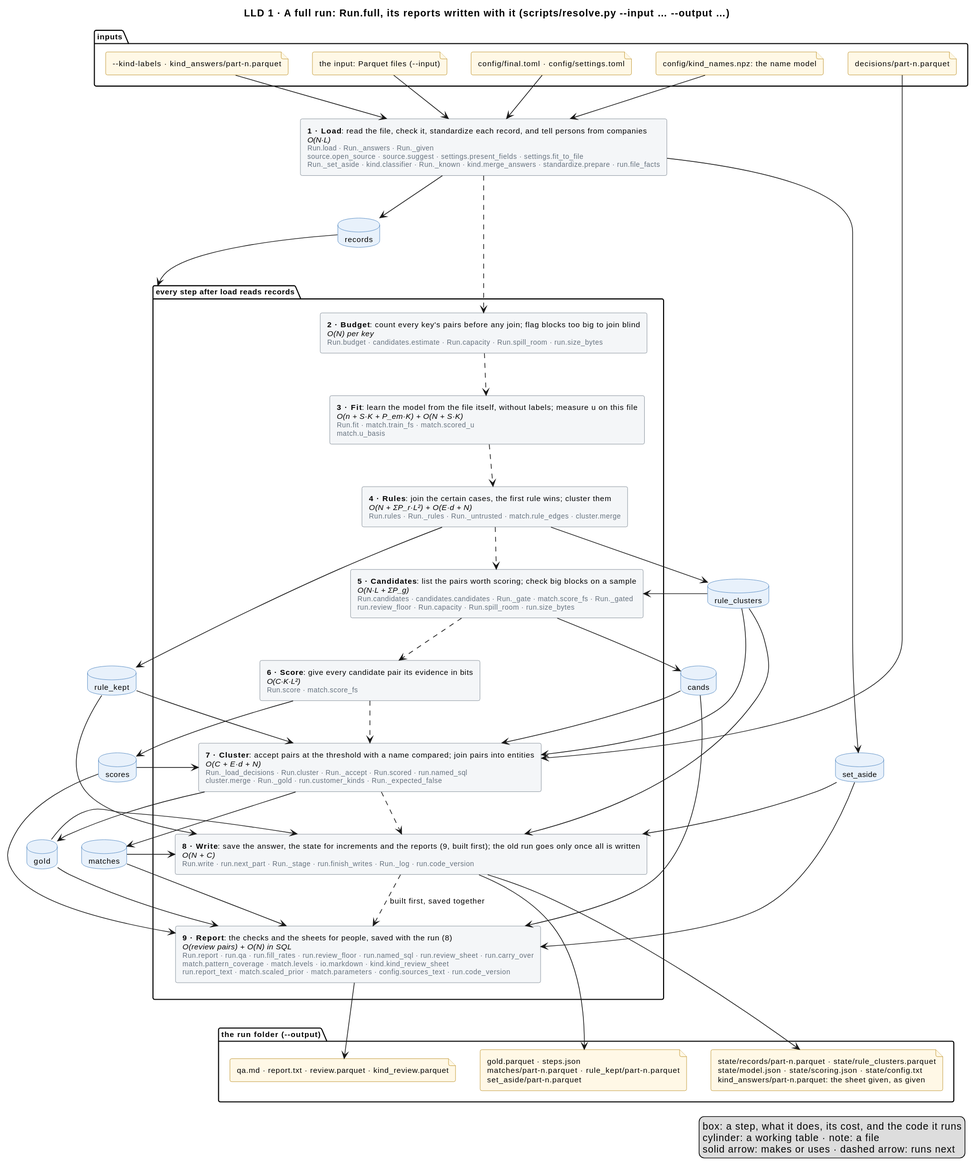
Before: docs/diagrams/full-run.svg, a diagram exported from PlantUML (mvsbm/entity_matching).
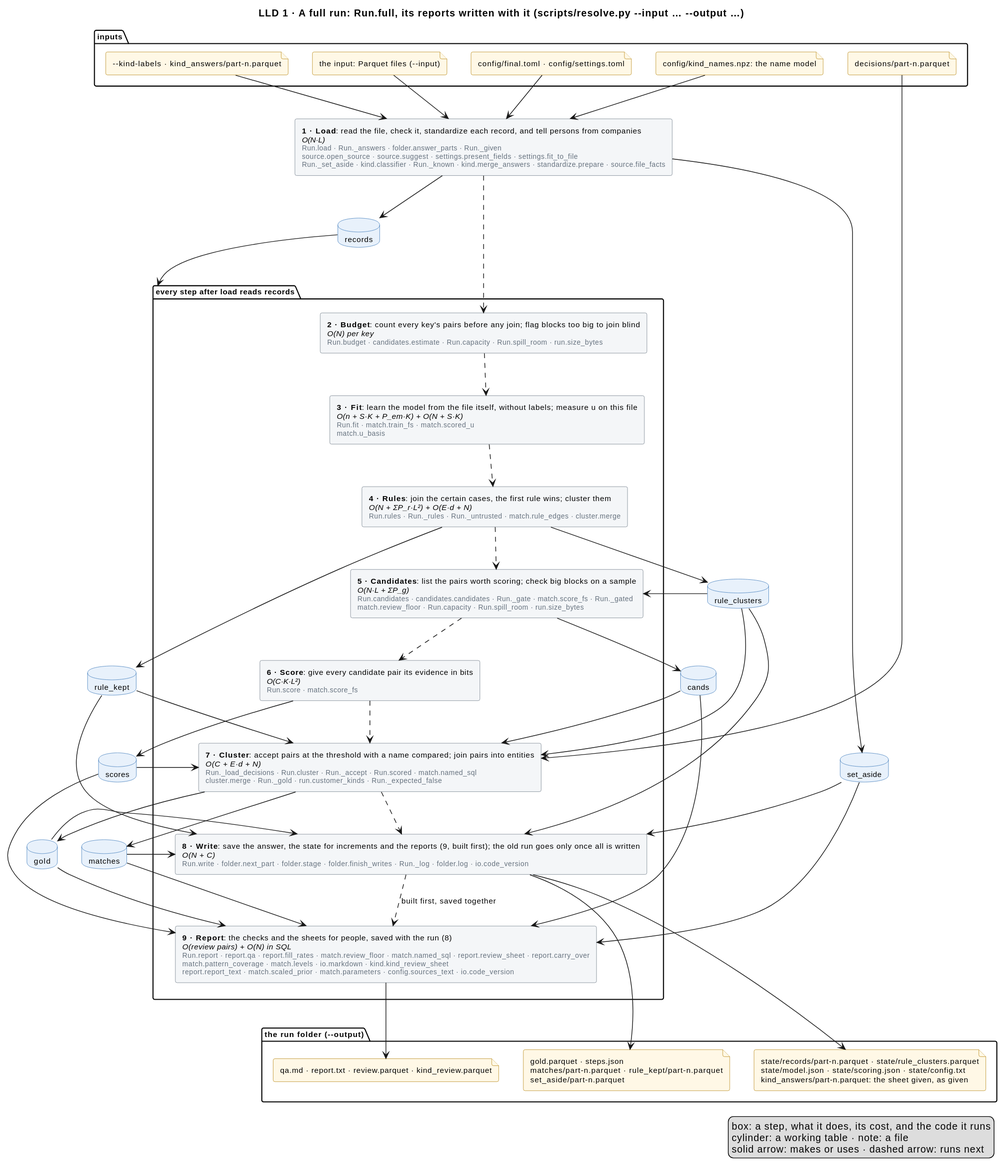
Later version of the same file.

Diff of the diagram source:
```diff
@@ -23,16 +23,16 @@
 }
 
 
-rectangle "<b>1 · Load</b>: read the file, check it, standardize each record, and tell persons from companies\n<i>O(N·L)</i>\n<size:10><color:#65717E>Run.load · Run._answers · Run._given</color></size>\n<size:10><color:#65717E>source.open_source · source.suggest · settings.present_fields · settings.fit_to_file</color></size>\n<size:10><color:#65717E>Run._set_aside · kind.classifier · Run._known · kind.merge_answers · standardize.prepare · run.file_facts</color></size>" as load
+rectangle "<b>1 · Load</b>: read the file, check it, standardize each record, and tell persons from companies\n<i>O(N·L)</i>\n<size:10><color:#65717E>Run.load · Run._answers · folder.answer_parts · Run._given</color></size>\n<size:10><color:#65717E>source.open_source · source.suggest · settings.present_fields · settings.fit_to_file</color></size>\n<size:10><color:#65717E>Run._set_aside · kind.classifier · Run._known · kind.merge_answers · standardize.prepare · source.file_facts</color></size>" as load
 package "every step after load reads records" as after_load {
   rectangle "<b>2 · Budget</b>: count every key's pairs before any join; flag blocks too big to join blind\n<i>O(N) per key</i>\n<size:10><color:#65717E>Run.budget · candidates.estimate · Run.capacity · Run.spill_room · run.size_bytes</color></size>" as budget
   rectangle "<b>3 · Fit</b>: learn the model from the file itself, without labels; measure u on this file\n<i>O(n + S·K + P_em·K) + O(N + S·K)</i>\n<size:10><color:#65717E>Run.fit · match.train_fs · match.scored_u</color></size>\n<size:10><color:#65717E>match.u_basis</color></size>" as fit
   rectangle "<b>4 · Rules</b>: join the certain cases, the first rule wins; cluster them\n<i>O(N + ΣP_r·L²) + O(E·d + N)</i>\n<size:10><color:#65717E>Run.rules · Run._rules · Run._untrusted · match.rule_edges · cluster.merge</color></size>" as rules
-  rectangle "<b>5 · Candidates</b>: list the pairs worth scoring; check big blocks on a sample\n<i>O(N·L + ΣP_g)</i>\n<size:10><color:#65717E>Run.candidates · candidates.candidates · Run._gate · match.score_fs · Run._gated</color></size>\n<size:10><color:#65717E>run.review_floor · Run.capacity · Run.spill_room · run.size_bytes</color></size>" as candidates
+  rectangle "<b>5 · Candidates</b>: list the pairs worth scoring; check big blocks on a sample\n<i>O(N·L + ΣP_g)</i>\n<size:10><color:#65717E>Run.candidates · candidates.candidates · Run._gate · match.score_fs · Run._gated</color></size>\n<size:10><color:#65717E>match.review_floor · Run.capacity · Run.spill_room · run.size_bytes</color></size>" as candidates
   rectangle "<b>6 · Score</b>: give every candidate pair its evidence in bits\n<i>O(C·K·L²)</i>\n<size:10><color:#65717E>Run.score · match.score_fs</color></size>" as score
-  rectangle "<b>7 · Cluster</b>: accept pairs at the threshold with a name compared; join pairs into entities\n<i>O(C + E·d + N)</i>\n<size:10><color:#65717E>Run._load_decisions · Run.cluster · Run._accept · Run.scored · run.named_sql</color></size>\n<size:10><color:#65717E>cluster.merge · Run._gold · run.customer_kinds · Run._expected_false</color></size>" as cluster
-  rectangle "<b>8 · Write</b>: save the answer, the state for increments and the reports (9, built first); the old run goes only once all is written\n<i>O(N + C)</i>\n<size:10><color:#65717E>Run.write · run.next_part · Run._stage · run.finish_writes · Run._log · run.code_version</color></size>" as write
-  rectangle "<b>9 · Report</b>: the checks and the sheets for people, saved with the run (8)\n<i>O(review pairs) + O(N) in SQL</i>\n<size:10><color:#65717E>Run.report · run.qa · run.fill_rates · run.review_floor · run.named_sql · run.review_sheet · run.carry_over</color></size>\n<size:10><color:#65717E>match.pattern_coverage · match.levels · io.markdown · kind.kind_review_sheet</color></size>\n<size:10><color:#65717E>run.report_text · match.scaled_prior · match.parameters · config.sources_text · run.code_version</color></size>" as report
+  rectangle "<b>7 · Cluster</b>: accept pairs at the threshold with a name compared; join pairs into entities\n<i>O(C + E·d + N)</i>\n<size:10><color:#65717E>Run._load_decisions · Run.cluster · Run._accept · Run.scored · match.named_sql</color></size>\n<size:10><color:#65717E>cluster.merge · Run._gold · run.customer_kinds · Run._expected_false</color></size>" as cluster
+  rectangle "<b>8 · Write</b>: save the answer, the state for increments and the reports (9, built first); the old run goes only once all is written\n<i>O(N + C)</i>\n<size:10><color:#65717E>Run.write · folder.next_part · folder.stage · folder.finish_writes · Run._log · folder.log · io.code_version</color></size>" as write
+  rectangle "<b>9 · Report</b>: the checks and the sheets for people, saved with the run (8)\n<i>O(review pairs) + O(N) in SQL</i>\n<size:10><color:#65717E>Run.report · report.qa · report.fill_rates · match.review_floor · match.named_sql · report.review_sheet · report.carry_over</color></size>\n<size:10><color:#65717E>match.pattern_coverage · match.levels · io.markdown · kind.kind_review_sheet</color></size>\n<size:10><color:#65717E>report.report_text · match.scaled_prior · match.parameters · config.sources_text · io.code_version</color></size>" as report
 }
 database "records" as records
 database "set_aside" as set_aside
```
